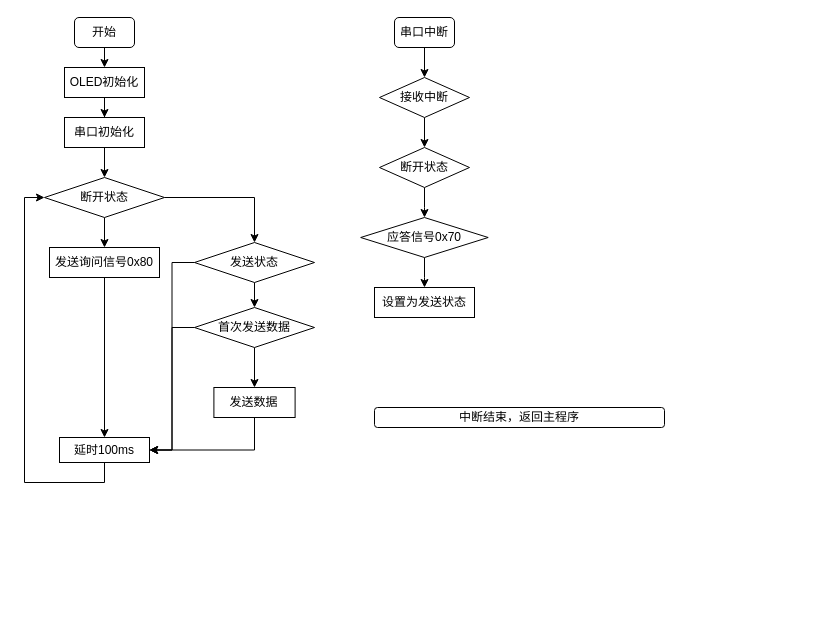
The draw.io diagram Untitled Diagram.drawio in lituo666/uart-STC8F, before the edit. Source tidied: cells renumbered, new cells numbered last; positions are measured from the earlier drawing's top-left corner, leaving out a move shared by most shapes. Both pictures are drawn from the tidied source at 100%, with x=0, y=0 at pixel (44, 17).
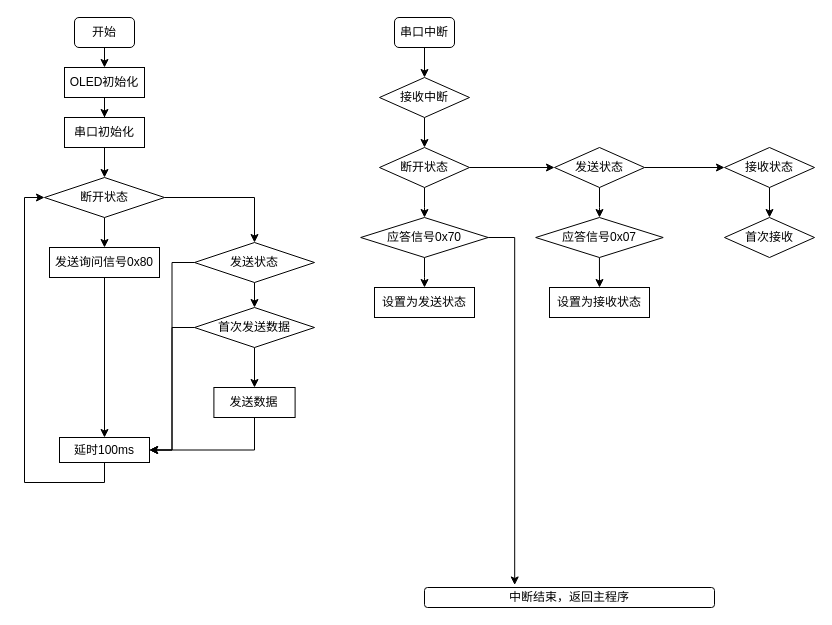
After the change.

Unchanged cells that the change refers to:
```xml
<mxCell id="28" value="断开状态" style="rhombus;whiteSpace=wrap;html=1;" parent="1" vertex="1">
  <mxGeometry x="335" y="130" width="90" height="40" as="geometry" />
</mxCell>
<mxCell id="30" value="应答信号0x70" style="rhombus;whiteSpace=wrap;html=1;" parent="1" vertex="1">
  <mxGeometry x="316.2" y="200" width="127.5" height="40" as="geometry" />
</mxCell>
```

Diff of the diagram source:
```diff
@@
+    <mxCell id="33" style="edgeStyle=orthogonalEdgeStyle;rounded=0;jettySize=auto;html=1;" parent="1" edge="1" source="28" target="37">
+      <mxGeometry relative="1" as="geometry" />
+    </mxCell>
@@
+    <mxCell id="34" style="edgeStyle=orthogonalEdgeStyle;rounded=0;jettySize=auto;html=1;exitX=1;exitY=0.5;exitDx=0;exitDy=0;entryX=0.311;entryY=-0.126;entryDx=0;entryDy=0;entryPerimeter=0;" parent="1" edge="1" source="30" target="32">
+      <mxGeometry relative="1" as="geometry" />
+    </mxCell>
@@
     <mxCell id="32" value="中断结束，返回主程序" style="rounded=1;whiteSpace=wrap;html=1;" parent="1" vertex="1">
-      <mxGeometry x="330" y="390" width="290" height="20" as="geometry" />
+      <mxGeometry x="380" y="570" width="290" height="20" as="geometry" />
     </mxCell>
+    <mxCell id="35" style="edgeStyle=orthogonalEdgeStyle;rounded=0;jettySize=auto;html=1;" parent="1" edge="1" source="37" target="39">
+      <mxGeometry relative="1" as="geometry" />
+    </mxCell>
+    <mxCell id="36" style="edgeStyle=orthogonalEdgeStyle;rounded=0;jettySize=auto;html=1;" parent="1" edge="1" source="37" target="42">
+      <mxGeometry relative="1" as="geometry" />
+    </mxCell>
+    <mxCell id="37" value="发送状态" style="rhombus;whiteSpace=wrap;html=1;" parent="1" vertex="1">
+      <mxGeometry x="510" y="130" width="90" height="40" as="geometry" />
+    </mxCell>
+    <mxCell id="38" style="edgeStyle=orthogonalEdgeStyle;rounded=0;jettySize=auto;html=1;exitX=0.5;exitY=1;exitDx=0;exitDy=0;entryX=0.5;entryY=0;entryDx=0;entryDy=0;" parent="1" edge="1" source="39" target="40">
+      <mxGeometry relative="1" as="geometry" />
+    </mxCell>
+    <mxCell id="39" value="应答信号0x07" style="rhombus;whiteSpace=wrap;html=1;" parent="1" vertex="1">
+      <mxGeometry x="491.2" y="200" width="127.5" height="40" as="geometry" />
+    </mxCell>
+    <mxCell id="40" value="设置为接收状态" style="whiteSpace=wrap;html=1;" parent="1" vertex="1">
+      <mxGeometry x="505" y="270" width="100" height="30" as="geometry" />
+    </mxCell>
+    <mxCell id="41" style="edgeStyle=orthogonalEdgeStyle;rounded=0;jettySize=auto;html=1;" parent="1" edge="1" source="42" target="43">
+      <mxGeometry relative="1" as="geometry" />
+    </mxCell>
+    <mxCell id="42" value="接收状态" style="rhombus;whiteSpace=wrap;html=1;" parent="1" vertex="1">
+      <mxGeometry x="680" y="130" width="90" height="40" as="geometry" />
+    </mxCell>
+    <mxCell id="43" value="首次接收" style="rhombus;whiteSpace=wrap;html=1;" parent="1" vertex="1">
+      <mxGeometry x="680" y="200" width="90" height="40" as="geometry" />
+    </mxCell>
```
